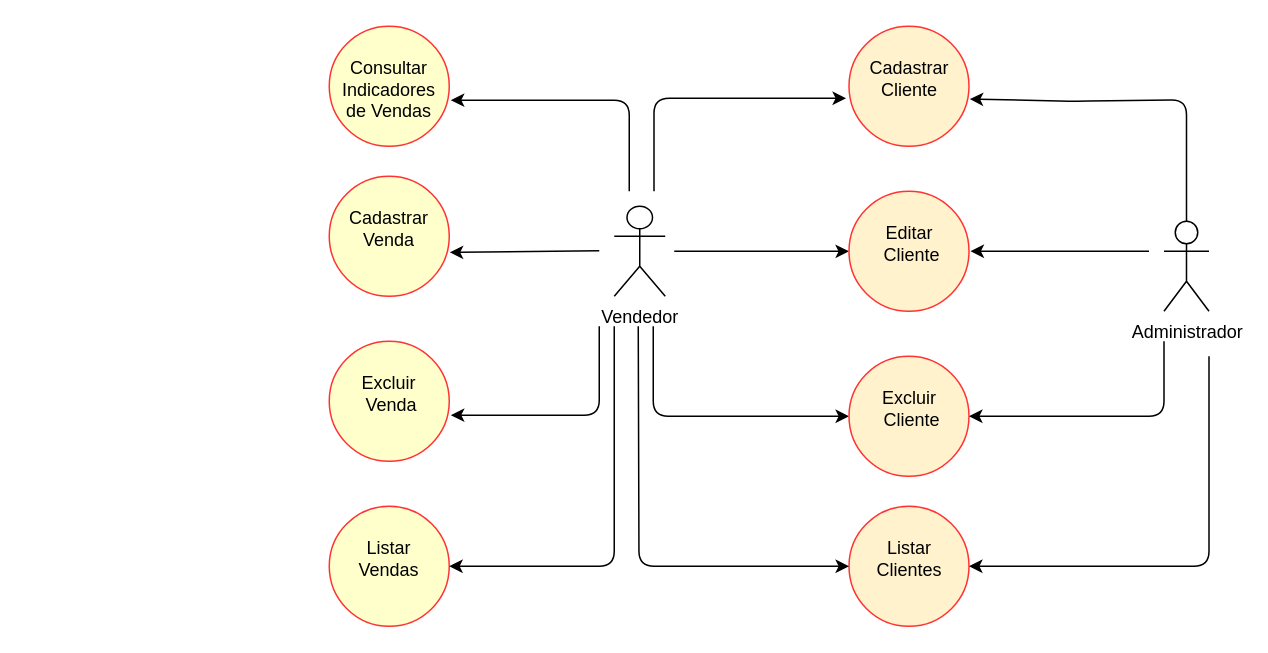
Before: page "Vendedor" (2 of 5) of projeto/documentacao/Diagrama de casos de uso.drawio in adjamirgalvao/pucminas, a draw.io diagram. Source tidied: cells renumbered, new cells numbered last; positions are measured from the earlier drawing's top-left corner, leaving out a move shared by most shapes. Both pictures are drawn from the tidied source at 150%, with x=0, y=0 at pixel (328, 26).
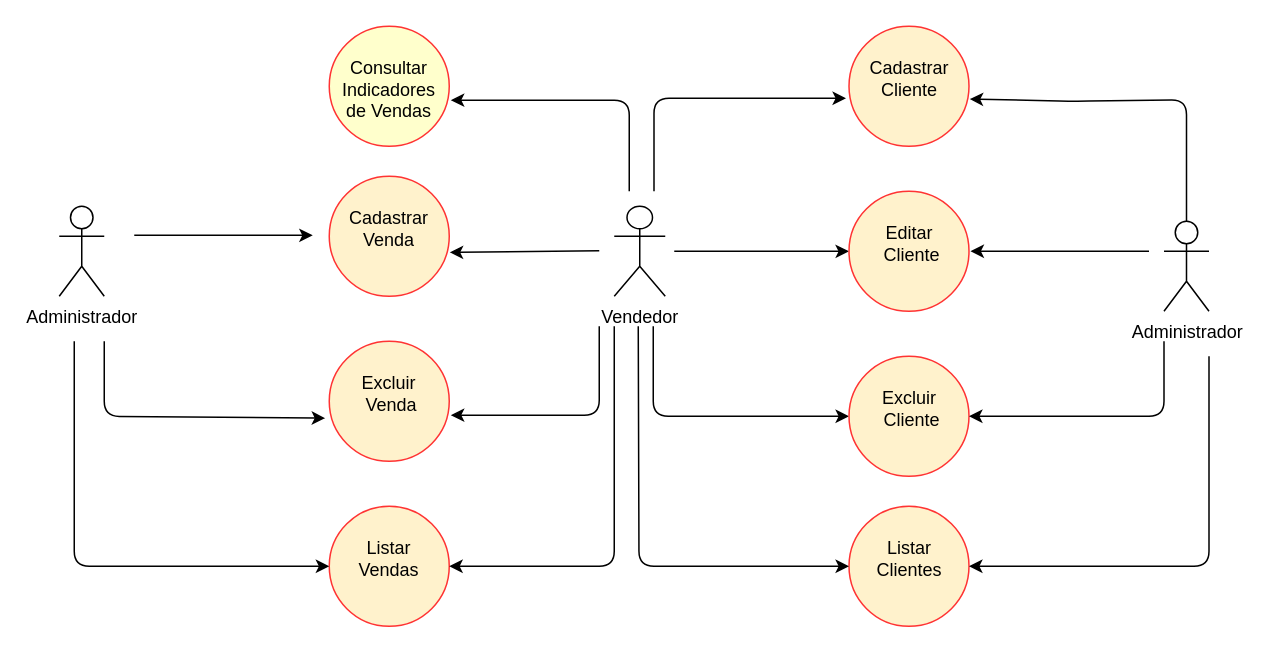
The same page after the edit.

Change to the diagram source:
```diff
@@
-    <mxCell id="16" value="&lt;br&gt;Listar &lt;br&gt;Vendas" style="ellipse;whiteSpace=wrap;html=1;verticalAlign=top;fillColor=#ffffcc;strokeColor=#FF3333;" parent="1" vertex="1">
+    <mxCell id="16" value="&lt;br&gt;Listar &lt;br&gt;Vendas" style="ellipse;whiteSpace=wrap;html=1;verticalAlign=top;fillColor=#FFF2CC;strokeColor=#FF3333;" parent="1" vertex="1">
       <mxGeometry y="320" width="80" height="80" as="geometry" />
     </mxCell>
-    <mxCell id="17" value="&lt;br&gt;Excluir&lt;br&gt;&amp;nbsp;Venda" style="ellipse;whiteSpace=wrap;html=1;verticalAlign=top;fillColor=#ffffcc;strokeColor=#FF3333;" parent="1" vertex="1">
+    <mxCell id="17" value="&lt;br&gt;Excluir&lt;br&gt;&amp;nbsp;Venda" style="ellipse;whiteSpace=wrap;html=1;verticalAlign=top;fillColor=#FFF2CC;strokeColor=#FF3333;" parent="1" vertex="1">
       <mxGeometry y="210" width="80" height="80" as="geometry" />
     </mxCell>
-    <mxCell id="18" value="&lt;br&gt;Cadastrar Venda" style="ellipse;whiteSpace=wrap;html=1;verticalAlign=top;fillColor=#ffffcc;strokeColor=#FF3333;" parent="1" vertex="1">
+    <mxCell id="18" value="&lt;br&gt;Cadastrar Venda" style="ellipse;whiteSpace=wrap;html=1;verticalAlign=top;fillColor=#FFF2CC;strokeColor=#FF3333;" parent="1" vertex="1">
       <mxGeometry y="100" width="80" height="80" as="geometry" />
     </mxCell>
@@
+    <mxCell id="24" value="Administrador" style="shape=umlActor;verticalLabelPosition=bottom;verticalAlign=top;html=1;" parent="1" vertex="1">
+      <mxGeometry x="-180" y="120" width="30" height="60" as="geometry" />
+    </mxCell>
+    <mxCell id="25" style="endArrow=classic;html=1;rounded=1;sourcePerimeterSpacing=1;targetPerimeterSpacing=-1;jumpStyle=arc;" parent="1" edge="1">
+      <mxGeometry relative="1" as="geometry">
+        <mxPoint x="-130" y="139.4" as="sourcePoint" />
+        <mxPoint x="-11" y="139.4" as="targetPoint" />
+      </mxGeometry>
+    </mxCell>
+    <mxCell id="26" style="endArrow=classic;html=1;rounded=1;sourcePerimeterSpacing=8;targetPerimeterSpacing=15;jumpStyle=arc;entryX=-0.034;entryY=0.641;entryDx=0;entryDy=0;entryPerimeter=0;" parent="1" edge="1" target="17">
+      <mxGeometry relative="1" as="geometry">
+        <mxPoint x="-150" y="210" as="sourcePoint" />
+        <Array as="points">
+          <mxPoint x="-150" y="260" />
+        </Array>
+      </mxGeometry>
+    </mxCell>
+    <mxCell id="27" style="edgeStyle=orthogonalEdgeStyle;rounded=1;jettySize=auto;html=1;endArrow=classic;endFill=1;sourcePerimeterSpacing=24;targetPerimeterSpacing=0;startArrow=none;startFill=0;jumpStyle=arc;entryX=0;entryY=0.5;entryDx=0;entryDy=0;" parent="1" edge="1" target="16">
+      <mxGeometry relative="1" as="geometry">
+        <mxPoint x="-170" y="210" as="sourcePoint" />
+        <Array as="points">
+          <mxPoint x="-170" y="360" />
+        </Array>
+      </mxGeometry>
+    </mxCell>
```
